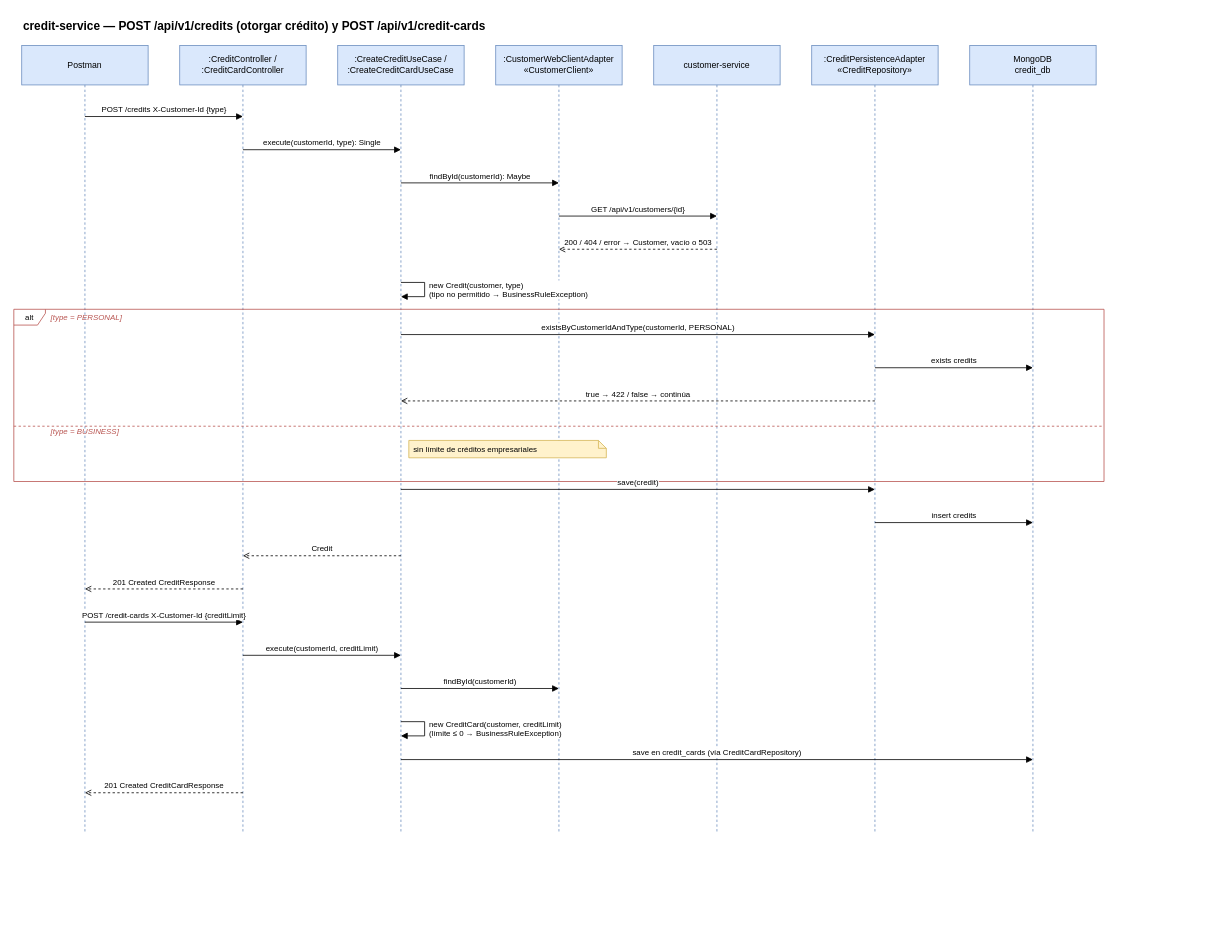
The draw.io diagram page "credit-service" (3 of 5) of docs/diagrams/sequence-diagrams.drawio in kuroxbyte/bootcamp-bank-project-docs, before the edit. Source tidied: cells renumbered, new cells numbered last; positions are measured from the earlier drawing's top-left corner, leaving out a move shared by most shapes. Both pictures are drawn from the tidied source at 79%, with x=0, y=0 at pixel (13, 13).
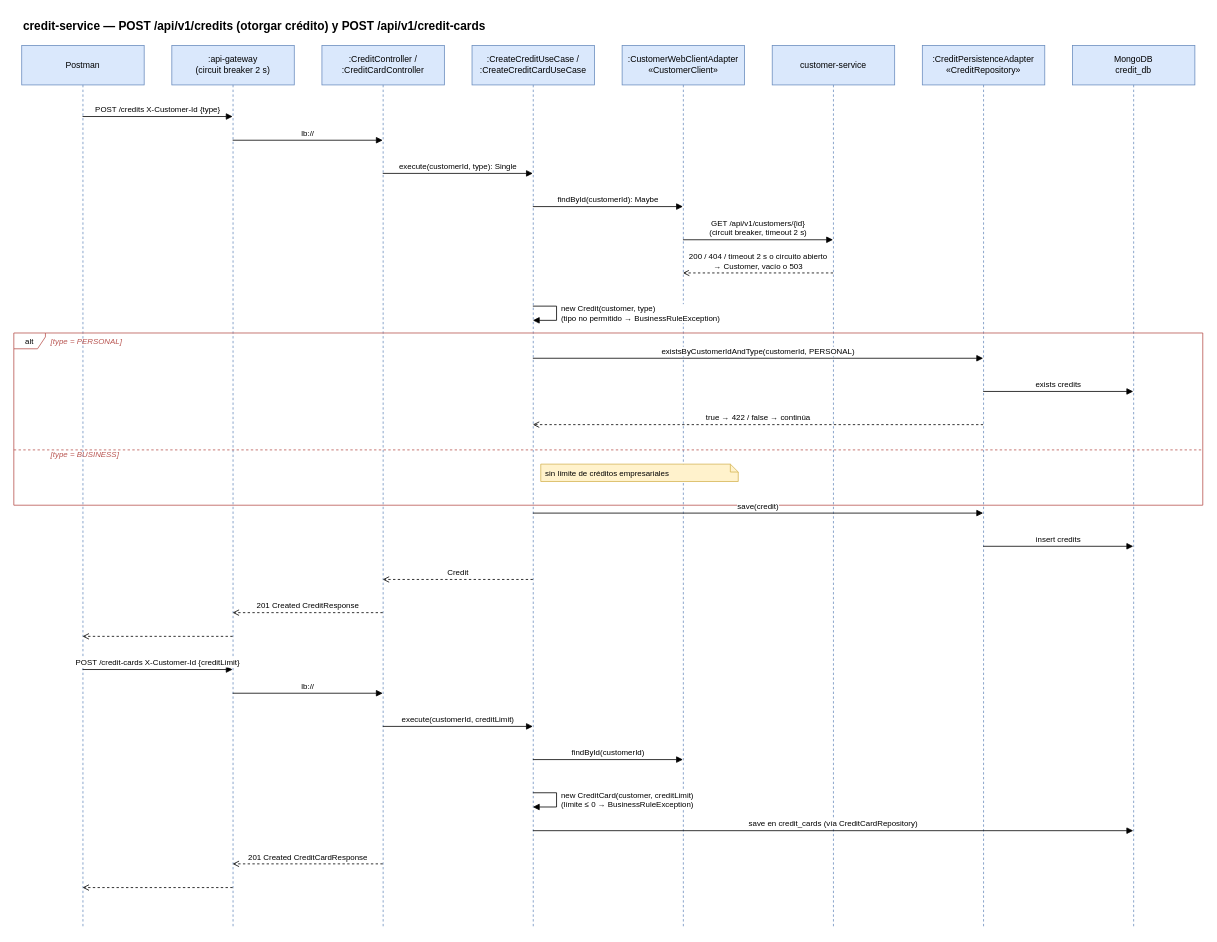
After the change.

Commit message (it also covers changes not shown here):
docs: incluir el gateway, Eureka y el circuit breaker en los diagramas

Diff of the diagram source:
```diff
@@
-    <mxCell id="3" value="Postman" style="shape=umlLifeline;perimeter=lifelinePerimeter;whiteSpace=wrap;html=1;size=50;fontSize=11;fillColor=#dae8fc;strokeColor=#6c8ebf;" parent="1" vertex="1">
-      <mxGeometry x="10" y="40" width="160" height="998" as="geometry" />
-    </mxCell>
-    <mxCell id="4" value=":CreditController /&lt;br&gt;:CreditCardController" style="shape=umlLifeline;perimeter=lifelinePerimeter;whiteSpace=wrap;html=1;size=50;fontSize=11;fillColor=#dae8fc;strokeColor=#6c8ebf;" parent="1" vertex="1">
-      <mxGeometry x="210" y="40" width="160" height="998" as="geometry" />
-    </mxCell>
-    <mxCell id="5" value=":CreateCreditUseCase /&lt;br&gt;:CreateCreditCardUseCase" style="shape=umlLifeline;perimeter=lifelinePerimeter;whiteSpace=wrap;html=1;size=50;fontSize=11;fillColor=#dae8fc;strokeColor=#6c8ebf;" parent="1" vertex="1">
-      <mxGeometry x="410" y="40" width="160" height="998" as="geometry" />
-    </mxCell>
-    <mxCell id="6" value=":CustomerWebClientAdapter&lt;br&gt;«CustomerClient»" style="shape=umlLifeline;perimeter=lifelinePerimeter;whiteSpace=wrap;html=1;size=50;fontSize=11;fillColor=#dae8fc;strokeColor=#6c8ebf;" parent="1" vertex="1">
-      <mxGeometry x="610" y="40" width="160" height="998" as="geometry" />
-    </mxCell>
-    <mxCell id="7" value="customer-service" style="shape=umlLifeline;perimeter=lifelinePerimeter;whiteSpace=wrap;html=1;size=50;fontSize=11;fillColor=#dae8fc;strokeColor=#6c8ebf;" parent="1" vertex="1">
-      <mxGeometry x="810" y="40" width="160" height="998" as="geometry" />
+    <mxCell id="7" value="Postman" style="shape=umlLifeline;perimeter=lifelinePerimeter;whiteSpace=wrap;html=1;size=50;fontSize=11;fillColor=#dae8fc;strokeColor=#6c8ebf;" parent="1" vertex="1">
+      <mxGeometry x="10" y="40" width="155" height="1118" as="geometry" />
     </mxCell>
-    <mxCell id="8" value=":CreditPersistenceAdapter&lt;br&gt;«CreditRepository»" style="shape=umlLifeline;perimeter=lifelinePerimeter;whiteSpace=wrap;html=1;size=50;fontSize=11;fillColor=#dae8fc;strokeColor=#6c8ebf;" parent="1" vertex="1">
-      <mxGeometry x="1010" y="40" width="160" height="998" as="geometry" />
+    <mxCell id="8" value=":api-gateway&lt;br&gt;(circuit breaker 2 s)" style="shape=umlLifeline;perimeter=lifelinePerimeter;whiteSpace=wrap;html=1;size=50;fontSize=11;fillColor=#dae8fc;strokeColor=#6c8ebf;" parent="1" vertex="1">
+      <mxGeometry x="200" y="40" width="155" height="1118" as="geometry" />
     </mxCell>
-    <mxCell id="9" value="MongoDB&lt;br&gt;credit_db" style="shape=umlLifeline;perimeter=lifelinePerimeter;whiteSpace=wrap;html=1;size=50;fontSize=11;fillColor=#dae8fc;strokeColor=#6c8ebf;" parent="1" vertex="1">
-      <mxGeometry x="1210" y="40" width="160" height="998" as="geometry" />
+    <mxCell id="9" value=":CreditController /&lt;br&gt;:CreditCardController" style="shape=umlLifeline;perimeter=lifelinePerimeter;whiteSpace=wrap;html=1;size=50;fontSize=11;fillColor=#dae8fc;strokeColor=#6c8ebf;" parent="1" vertex="1">
+      <mxGeometry x="390" y="40" width="155" height="1118" as="geometry" />
     </mxCell>
-    <mxCell id="10" value="alt" style="shape=umlFrame;whiteSpace=wrap;html=1;width=40;height=20;fillColor=none;strokeColor=#b85450;fontSize=10;" parent="1" vertex="1">
-      <mxGeometry y="374" width="1380" height="218" as="geometry" />
+    <mxCell id="10" value=":CreateCreditUseCase /&lt;br&gt;:CreateCreditCardUseCase" style="shape=umlLifeline;perimeter=lifelinePerimeter;whiteSpace=wrap;html=1;size=50;fontSize=11;fillColor=#dae8fc;strokeColor=#6c8ebf;" parent="1" vertex="1">
+      <mxGeometry x="580" y="40" width="155" height="1118" as="geometry" />
     </mxCell>
-    <mxCell id="11" value="[type = PERSONAL]" style="text;html=1;fontSize=10;fontStyle=2;align=left;fontColor=#b85450;" parent="1" vertex="1">
-      <mxGeometry x="45" y="372" width="420" height="16" as="geometry" />
+    <mxCell id="11" value=":CustomerWebClientAdapter&lt;br&gt;«CustomerClient»" style="shape=umlLifeline;perimeter=lifelinePerimeter;whiteSpace=wrap;html=1;size=50;fontSize=11;fillColor=#dae8fc;strokeColor=#6c8ebf;" parent="1" vertex="1">
+      <mxGeometry x="770" y="40" width="155" height="1118" as="geometry" />
     </mxCell>
-    <mxCell id="12" value="[type = BUSINESS]" style="text;html=1;fontSize=10;fontStyle=2;align=left;fontColor=#b85450;" parent="1" vertex="1">
-      <mxGeometry x="45" y="516" width="420" height="16" as="geometry" />
+    <mxCell id="12" value="customer-service" style="shape=umlLifeline;perimeter=lifelinePerimeter;whiteSpace=wrap;html=1;size=50;fontSize=11;fillColor=#dae8fc;strokeColor=#6c8ebf;" parent="1" vertex="1">
+      <mxGeometry x="960" y="40" width="155" height="1118" as="geometry" />
     </mxCell>
-    <mxCell id="13" style="endArrow=none;dashed=1;html=1;strokeColor=#b85450;" parent="1" edge="1">
-      <mxGeometry relative="1" as="geometry">
-        <mxPoint y="522" as="sourcePoint" />
-        <mxPoint x="1380" y="522" as="targetPoint" />
-      </mxGeometry>
+    <mxCell id="13" value=":CreditPersistenceAdapter&lt;br&gt;«CreditRepository»" style="shape=umlLifeline;perimeter=lifelinePerimeter;whiteSpace=wrap;html=1;size=50;fontSize=11;fillColor=#dae8fc;strokeColor=#6c8ebf;" parent="1" vertex="1">
+      <mxGeometry x="1150" y="40" width="155" height="1118" as="geometry" />
     </mxCell>
+    <mxCell id="34" value="MongoDB&lt;br&gt;credit_db" style="shape=umlLifeline;perimeter=lifelinePerimeter;whiteSpace=wrap;html=1;size=50;fontSize=11;fillColor=#dae8fc;strokeColor=#6c8ebf;" parent="1" vertex="1">
+      <mxGeometry x="1340" y="40" width="155" height="1118" as="geometry" />
+    </mxCell>
+    <mxCell id="35" value="alt" style="shape=umlFrame;whiteSpace=wrap;html=1;width=40;height=20;fillColor=none;strokeColor=#b85450;fontSize=10;" parent="1" vertex="1">
+      <mxGeometry y="404" width="1505" height="218" as="geometry" />
+    </mxCell>
+    <mxCell id="36" value="[type = PERSONAL]" style="text;html=1;fontSize=10;fontStyle=2;align=left;fontColor=#b85450;" parent="1" vertex="1">
+      <mxGeometry x="45" y="402" width="420" height="16" as="geometry" />
+    </mxCell>
+    <mxCell id="37" value="[type = BUSINESS]" style="text;html=1;fontSize=10;fontStyle=2;align=left;fontColor=#b85450;" parent="1" vertex="1">
+      <mxGeometry x="45" y="546" width="420" height="16" as="geometry" />
+    </mxCell>
+    <mxCell id="38" style="endArrow=none;dashed=1;html=1;strokeColor=#b85450;" parent="1" edge="1">
+      <mxGeometry relative="1" as="geometry">
+        <mxPoint y="552" as="sourcePoint" />
+        <mxPoint x="1505" y="552" as="targetPoint" />
+      </mxGeometry>
+    </mxCell>
     <mxCell id="14" value="POST /credits X-Customer-Id {type}" style="endArrow=block;endFill=1;html=1;rounded=0;fontSize=10;verticalAlign=bottom;labelBackgroundColor=#ffffff;" parent="1" edge="1">
       <mxGeometry relative="1" as="geometry">
-        <mxPoint x="90" y="130" as="sourcePoint" />
-        <mxPoint x="290" y="130" as="targetPoint" />
+        <mxPoint x="87" y="130" as="sourcePoint" />
+        <mxPoint x="277" y="130" as="targetPoint" />
       </mxGeometry>
     </mxCell>
-    <mxCell id="15" value="execute(customerId, type): Single" style="endArrow=block;endFill=1;html=1;rounded=0;fontSize=10;verticalAlign=bottom;labelBackgroundColor=#ffffff;" parent="1" edge="1">
+    <mxCell id="15" value="lb://" style="endArrow=block;endFill=1;html=1;rounded=0;fontSize=10;verticalAlign=bottom;labelBackgroundColor=#ffffff;" parent="1" edge="1">
       <mxGeometry relative="1" as="geometry">
-        <mxPoint x="290" y="172" as="sourcePoint" />
-        <mxPoint x="490" y="172" as="targetPoint" />
+        <mxPoint x="277" y="160" as="sourcePoint" />
+        <mxPoint x="467" y="160" as="targetPoint" />
       </mxGeometry>
     </mxCell>
-    <mxCell id="16" value="findById(customerId): Maybe" style="endArrow=block;endFill=1;html=1;rounded=0;fontSize=10;verticalAlign=bottom;labelBackgroundColor=#ffffff;" parent="1" edge="1">
+    <mxCell id="16" value="execute(customerId, type): Single" style="endArrow=block;endFill=1;html=1;rounded=0;fontSize=10;verticalAlign=bottom;labelBackgroundColor=#ffffff;" parent="1" edge="1">
       <mxGeometry relative="1" as="geometry">
-        <mxPoint x="490" y="214" as="sourcePoint" />
-        <mxPoint x="690" y="214" as="targetPoint" />
+        <mxPoint x="467" y="202" as="sourcePoint" />
+        <mxPoint x="657" y="202" as="targetPoint" />
       </mxGeometry>
     </mxCell>
-    <mxCell id="17" value="GET /api/v1/customers/{id}" style="endArrow=block;endFill=1;html=1;rounded=0;fontSize=10;verticalAlign=bottom;labelBackgroundColor=#ffffff;" parent="1" edge="1">
+    <mxCell id="17" value="findById(customerId): Maybe" style="endArrow=block;endFill=1;html=1;rounded=0;fontSize=10;verticalAlign=bottom;labelBackgroundColor=#ffffff;" parent="1" edge="1">
       <mxGeometry relative="1" as="geometry">
-        <mxPoint x="690" y="256" as="sourcePoint" />
-        <mxPoint x="890" y="256" as="targetPoint" />
+        <mxPoint x="657" y="244" as="sourcePoint" />
+        <mxPoint x="847" y="244" as="targetPoint" />
       </mxGeometry>
     </mxCell>
-    <mxCell id="18" value="200 / 404 / error → Customer, vacío o 503" style="endArrow=open;dashed=1;html=1;rounded=0;fontSize=10;verticalAlign=bottom;labelBackgroundColor=#ffffff;" parent="1" edge="1">
+    <mxCell id="18" value="GET /api/v1/customers/{id}&lt;br&gt;(circuit breaker, timeout 2 s)" style="endArrow=block;endFill=1;html=1;rounded=0;fontSize=10;verticalAlign=bottom;labelBackgroundColor=#ffffff;" parent="1" edge="1">
       <mxGeometry relative="1" as="geometry">
-        <mxPoint x="890" y="298" as="sourcePoint" />
-        <mxPoint x="690" y="298" as="targetPoint" />
+        <mxPoint x="847" y="286" as="sourcePoint" />
+        <mxPoint x="1037" y="286" as="targetPoint" />
       </mxGeometry>
     </mxCell>
-    <mxCell id="19" value="new Credit(customer, type)&lt;br&gt;(tipo no permitido → BusinessRuleException)" style="endArrow=block;endFill=1;html=1;rounded=0;fontSize=10;align=left;spacingLeft=4;labelBackgroundColor=#ffffff;" parent="1" edge="1">
+    <mxCell id="19" value="200 / 404 / timeout 2 s o circuito abierto&lt;br&gt;→ Customer, vacío o 503" style="endArrow=open;dashed=1;html=1;rounded=0;fontSize=10;verticalAlign=bottom;labelBackgroundColor=#ffffff;" parent="1" edge="1">
       <mxGeometry relative="1" as="geometry">
-        <mxPoint x="490" y="340" as="sourcePoint" />
-        <mxPoint x="490" y="358" as="targetPoint" />
-        <Array as="points">
-          <mxPoint x="520" y="340" />
-          <mxPoint x="520" y="358" />
-        </Array>
+        <mxPoint x="1037" y="328" as="sourcePoint" />
+        <mxPoint x="847" y="328" as="targetPoint" />
       </mxGeometry>
     </mxCell>
-    <mxCell id="20" value="existsByCustomerIdAndType(customerId, PERSONAL)" style="endArrow=block;endFill=1;html=1;rounded=0;fontSize=10;verticalAlign=bottom;labelBackgroundColor=#ffffff;" parent="1" edge="1">
+    <mxCell id="20" value="new Credit(customer, type)&lt;br&gt;(tipo no permitido → BusinessRuleException)" style="endArrow=block;endFill=1;html=1;rounded=0;fontSize=10;align=left;spacingLeft=4;labelBackgroundColor=#ffffff;" parent="1" edge="1">
       <mxGeometry relative="1" as="geometry">
-        <mxPoint x="490" y="406" as="sourcePoint" />
-        <mxPoint x="1090" y="406" as="targetPoint" />
+        <mxPoint x="657" y="370" as="sourcePoint" />
+        <mxPoint x="657" y="388" as="targetPoint" />
+        <Array as="points">
+          <mxPoint x="687" y="370" />
+          <mxPoint x="687" y="388" />
+        </Array>
       </mxGeometry>
     </mxCell>
-    <mxCell id="21" value="exists credits" style="endArrow=block;endFill=1;html=1;rounded=0;fontSize=10;verticalAlign=bottom;labelBackgroundColor=#ffffff;" parent="1" edge="1">
+    <mxCell id="21" value="existsByCustomerIdAndType(customerId, PERSONAL)" style="endArrow=block;endFill=1;html=1;rounded=0;fontSize=10;verticalAlign=bottom;labelBackgroundColor=#ffffff;" parent="1" edge="1">
       <mxGeometry relative="1" as="geometry">
-        <mxPoint x="1090" y="448" as="sourcePoint" />
-        <mxPoint x="1290" y="448" as="targetPoint" />
+        <mxPoint x="657" y="436" as="sourcePoint" />
+        <mxPoint x="1227" y="436" as="targetPoint" />
       </mxGeometry>
     </mxCell>
-    <mxCell id="22" value="true → 422 / false → continúa" style="endArrow=open;dashed=1;html=1;rounded=0;fontSize=10;verticalAlign=bottom;labelBackgroundColor=#ffffff;" parent="1" edge="1">
+    <mxCell id="22" value="exists credits" style="endArrow=block;endFill=1;html=1;rounded=0;fontSize=10;verticalAlign=bottom;labelBackgroundColor=#ffffff;" parent="1" edge="1">
       <mxGeometry relative="1" as="geometry">
-        <mxPoint x="1090" y="490" as="sourcePoint" />
-        <mxPoint x="490" y="490" as="targetPoint" />
+        <mxPoint x="1227" y="478" as="sourcePoint" />
+        <mxPoint x="1417" y="478" as="targetPoint" />
       </mxGeometry>
     </mxCell>
-    <mxCell id="23" value="sin límite de créditos empresariales" style="shape=note;whiteSpace=wrap;html=1;size=10;fillColor=#fff2cc;strokeColor=#d6b656;fontSize=10;align=left;spacingLeft=4;" parent="1" vertex="1">
-      <mxGeometry x="500" y="540" width="250" height="22" as="geometry" />
+    <mxCell id="23" value="true → 422 / false → continúa" style="endArrow=open;dashed=1;html=1;rounded=0;fontSize=10;verticalAlign=bottom;labelBackgroundColor=#ffffff;" parent="1" edge="1">
+      <mxGeometry relative="1" as="geometry">
+        <mxPoint x="1227" y="520" as="sourcePoint" />
+        <mxPoint x="657" y="520" as="targetPoint" />
+      </mxGeometry>
     </mxCell>
-    <mxCell id="24" value="save(credit)" style="endArrow=block;endFill=1;html=1;rounded=0;fontSize=10;verticalAlign=bottom;labelBackgroundColor=#ffffff;" parent="1" edge="1">
-      <mxGeometry relative="1" as="geometry">
-        <mxPoint x="490" y="602" as="sourcePoint" />
-        <mxPoint x="1090" y="602" as="targetPoint" />
-      </mxGeometry>
+    <mxCell id="24" value="sin límite de créditos empresariales" style="shape=note;whiteSpace=wrap;html=1;size=10;fillColor=#fff2cc;strokeColor=#d6b656;fontSize=10;align=left;spacingLeft=4;" parent="1" vertex="1">
+      <mxGeometry x="667" y="570" width="250" height="22" as="geometry" />
     </mxCell>
-    <mxCell id="25" value="insert credits" style="endArrow=block;endFill=1;html=1;rounded=0;fontSize=10;verticalAlign=bottom;labelBackgroundColor=#ffffff;" parent="1" edge="1">
+    <mxCell id="25" value="save(credit)" style="endArrow=block;endFill=1;html=1;rounded=0;fontSize=10;verticalAlign=bottom;labelBackgroundColor=#ffffff;" parent="1" edge="1">
       <mxGeometry relative="1" as="geometry">
-        <mxPoint x="1090" y="644" as="sourcePoint" />
-        <mxPoint x="1290" y="644" as="targetPoint" />
+        <mxPoint x="657" y="632" as="sourcePoint" />
+        <mxPoint x="1227" y="632" as="targetPoint" />
       </mxGeometry>
     </mxCell>
-    <mxCell id="26" value="Credit" style="endArrow=open;dashed=1;html=1;rounded=0;fontSize=10;verticalAlign=bottom;labelBackgroundColor=#ffffff;" parent="1" edge="1">
+    <mxCell id="26" value="insert credits" style="endArrow=block;endFill=1;html=1;rounded=0;fontSize=10;verticalAlign=bottom;labelBackgroundColor=#ffffff;" parent="1" edge="1">
       <mxGeometry relative="1" as="geometry">
-        <mxPoint x="490" y="686" as="sourcePoint" />
-        <mxPoint x="290" y="686" as="targetPoint" />
+        <mxPoint x="1227" y="674" as="sourcePoint" />
+        <mxPoint x="1417" y="674" as="targetPoint" />
       </mxGeometry>
     </mxCell>
-    <mxCell id="27" value="201 Created CreditResponse" style="endArrow=open;dashed=1;html=1;rounded=0;fontSize=10;verticalAlign=bottom;labelBackgroundColor=#ffffff;" parent="1" edge="1">
+    <mxCell id="27" value="Credit" style="endArrow=open;dashed=1;html=1;rounded=0;fontSize=10;verticalAlign=bottom;labelBackgroundColor=#ffffff;" parent="1" edge="1">
       <mxGeometry relative="1" as="geometry">
-        <mxPoint x="290" y="728" as="sourcePoint" />
-        <mxPoint x="90" y="728" as="targetPoint" />
+        <mxPoint x="657" y="716" as="sourcePoint" />
+        <mxPoint x="467" y="716" as="targetPoint" />
       </mxGeometry>
     </mxCell>
-    <mxCell id="28" value="POST /credit-cards X-Customer-Id {creditLimit}" style="endArrow=block;endFill=1;html=1;rounded=0;fontSize=10;verticalAlign=bottom;labelBackgroundColor=#ffffff;" parent="1" edge="1">
+    <mxCell id="28" value="201 Created CreditResponse" style="endArrow=open;dashed=1;html=1;rounded=0;fontSize=10;verticalAlign=bottom;labelBackgroundColor=#ffffff;" parent="1" edge="1">
       <mxGeometry relative="1" as="geometry">
-        <mxPoint x="90" y="770" as="sourcePoint" />
-        <mxPoint x="290" y="770" as="targetPoint" />
+        <mxPoint x="467" y="758" as="sourcePoint" />
+        <mxPoint x="277" y="758" as="targetPoint" />
       </mxGeometry>
     </mxCell>
-    <mxCell id="29" value="execute(customerId, creditLimit)" style="endArrow=block;endFill=1;html=1;rounded=0;fontSize=10;verticalAlign=bottom;labelBackgroundColor=#ffffff;" parent="1" edge="1">
+    <mxCell id="29" style="endArrow=open;dashed=1;html=1;rounded=0;fontSize=10;verticalAlign=bottom;labelBackgroundColor=#ffffff;" parent="1" edge="1">
       <mxGeometry relative="1" as="geometry">
-        <mxPoint x="290" y="812" as="sourcePoint" />
-        <mxPoint x="490" y="812" as="targetPoint" />
+        <mxPoint x="277" y="788" as="sourcePoint" />
+        <mxPoint x="87" y="788" as="targetPoint" />
       </mxGeometry>
     </mxCell>
-    <mxCell id="30" value="findById(customerId)" style="endArrow=block;endFill=1;html=1;rounded=0;fontSize=10;verticalAlign=bottom;labelBackgroundColor=#ffffff;" parent="1" edge="1">
+    <mxCell id="30" value="POST /credit-cards X-Customer-Id {creditLimit}" style="endArrow=block;endFill=1;html=1;rounded=0;fontSize=10;verticalAlign=bottom;labelBackgroundColor=#ffffff;" parent="1" edge="1">
       <mxGeometry relative="1" as="geometry">
-        <mxPoint x="490" y="854" as="sourcePoint" />
-        <mxPoint x="690" y="854" as="targetPoint" />
+        <mxPoint x="87" y="830" as="sourcePoint" />
+        <mxPoint x="277" y="830" as="targetPoint" />
       </mxGeometry>
     </mxCell>
-    <mxCell id="31" value="new CreditCard(customer, creditLimit)&lt;br&gt;(límite ≤ 0 → BusinessRuleException)" style="endArrow=block;endFill=1;html=1;rounded=0;fontSize=10;align=left;spacingLeft=4;labelBackgroundColor=#ffffff;" parent="1" edge="1">
+    <mxCell id="31" value="lb://" style="endArrow=block;endFill=1;html=1;rounded=0;fontSize=10;verticalAlign=bottom;labelBackgroundColor=#ffffff;" parent="1" edge="1">
       <mxGeometry relative="1" as="geometry">
-        <mxPoint x="490" y="896" as="sourcePoint" />
-        <mxPoint x="490" y="914" as="targetPoint" />
-        <Array as="points">
-          <mxPoint x="520" y="896" />
-          <mxPoint x="520" y="914" />
-        </Array>
+        <mxPoint x="277" y="860" as="sourcePoint" />
+        <mxPoint x="467" y="860" as="targetPoint" />
       </mxGeometry>
     </mxCell>
-    <mxCell id="32" value="save en credit_cards (vía CreditCardRepository)" style="endArrow=block;endFill=1;html=1;rounded=0;fontSize=10;verticalAlign=bottom;labelBackgroundColor=#ffffff;" parent="1" edge="1">
+    <mxCell id="32" value="execute(customerId, creditLimit)" style="endArrow=block;endFill=1;html=1;rounded=0;fontSize=10;verticalAlign=bottom;labelBackgroundColor=#ffffff;" parent="1" edge="1">
       <mxGeometry relative="1" as="geometry">
-        <mxPoint x="490" y="944" as="sourcePoint" />
-        <mxPoint x="1290" y="944" as="targetPoint" />
+        <mxPoint x="467" y="902" as="sourcePoint" />
+        <mxPoint x="657" y="902" as="targetPoint" />
       </mxGeometry>
     </mxCell>
-    <mxCell id="33" value="201 Created CreditCardResponse" style="endArrow=open;dashed=1;html=1;rounded=0;fontSize=10;verticalAlign=bottom;labelBackgroundColor=#ffffff;" parent="1" edge="1">
+    <mxCell id="33" value="findById(customerId)" style="endArrow=block;endFill=1;html=1;rounded=0;fontSize=10;verticalAlign=bottom;labelBackgroundColor=#ffffff;" parent="1" edge="1">
       <mxGeometry relative="1" as="geometry">
-        <mxPoint x="290" y="986" as="sourcePoint" />
-        <mxPoint x="90" y="986" as="targetPoint" />
+        <mxPoint x="657" y="944" as="sourcePoint" />
+        <mxPoint x="847" y="944" as="targetPoint" />
       </mxGeometry>
     </mxCell>
+    <mxCell id="3" value="new CreditCard(customer, creditLimit)&lt;br&gt;(límite ≤ 0 → BusinessRuleException)" style="endArrow=block;endFill=1;html=1;rounded=0;fontSize=10;align=left;spacingLeft=4;labelBackgroundColor=#ffffff;" parent="1" edge="1">
+      <mxGeometry relative="1" as="geometry">
+        <mxPoint x="657" y="986" as="sourcePoint" />
+        <mxPoint x="657" y="1004" as="targetPoint" />
+        <Array as="points">
+          <mxPoint x="687" y="986" />
+          <mxPoint x="687" y="1004" />
+        </Array>
+      </mxGeometry>
+    </mxCell>
+    <mxCell id="4" value="save en credit_cards (vía CreditCardRepository)" style="endArrow=block;endFill=1;html=1;rounded=0;fontSize=10;verticalAlign=bottom;labelBackgroundColor=#ffffff;" parent="1" edge="1">
+      <mxGeometry relative="1" as="geometry">
+        <mxPoint x="657" y="1034" as="sourcePoint" />
+        <mxPoint x="1417" y="1034" as="targetPoint" />
+      </mxGeometry>
+    </mxCell>
+    <mxCell id="5" value="201 Created CreditCardResponse" style="endArrow=open;dashed=1;html=1;rounded=0;fontSize=10;verticalAlign=bottom;labelBackgroundColor=#ffffff;" parent="1" edge="1">
+      <mxGeometry relative="1" as="geometry">
+        <mxPoint x="467" y="1076" as="sourcePoint" />
+        <mxPoint x="277" y="1076" as="targetPoint" />
+      </mxGeometry>
+    </mxCell>
+    <mxCell id="6" style="endArrow=open;dashed=1;html=1;rounded=0;fontSize=10;verticalAlign=bottom;labelBackgroundColor=#ffffff;" parent="1" edge="1">
+      <mxGeometry relative="1" as="geometry">
+        <mxPoint x="277" y="1106" as="sourcePoint" />
+        <mxPoint x="87" y="1106" as="targetPoint" />
+      </mxGeometry>
+    </mxCell>
```
